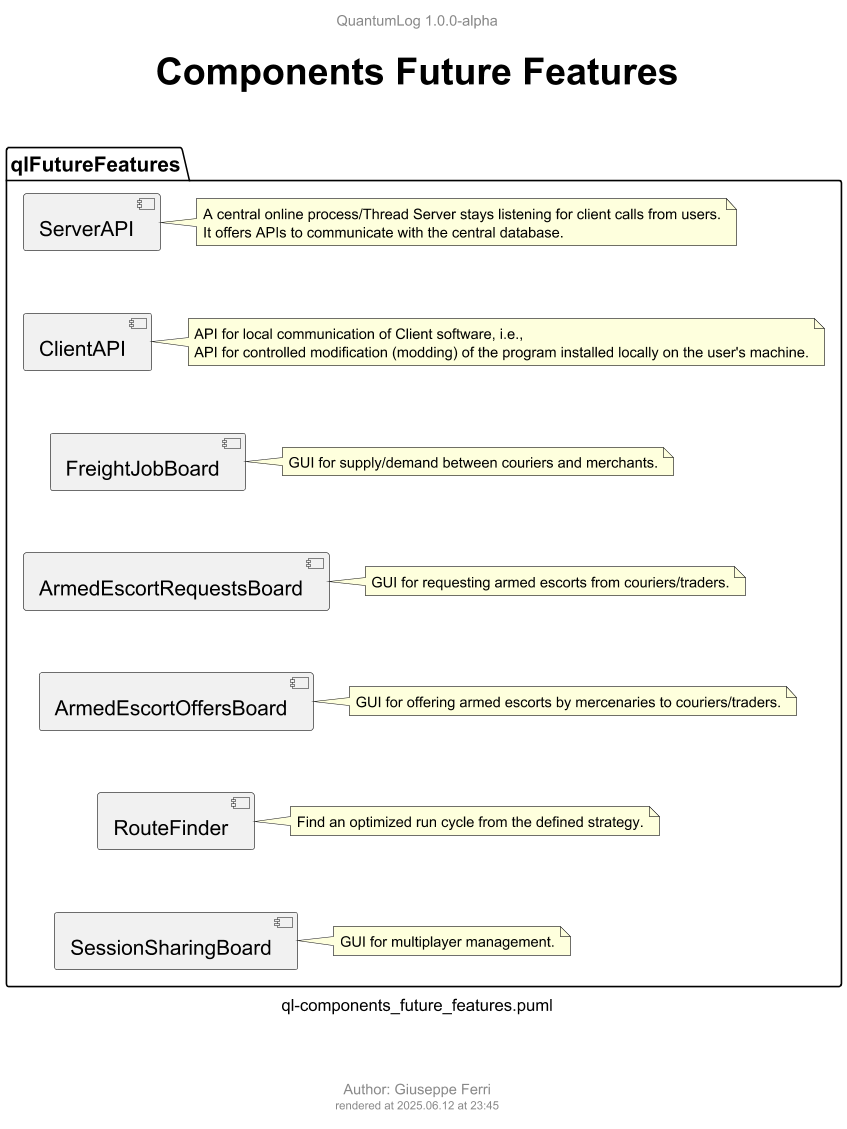
This is out/ql-diagram/ql-components_future_features.png from JoeFerri/QuantumLog, a PlantUML export, as it was before one commit.
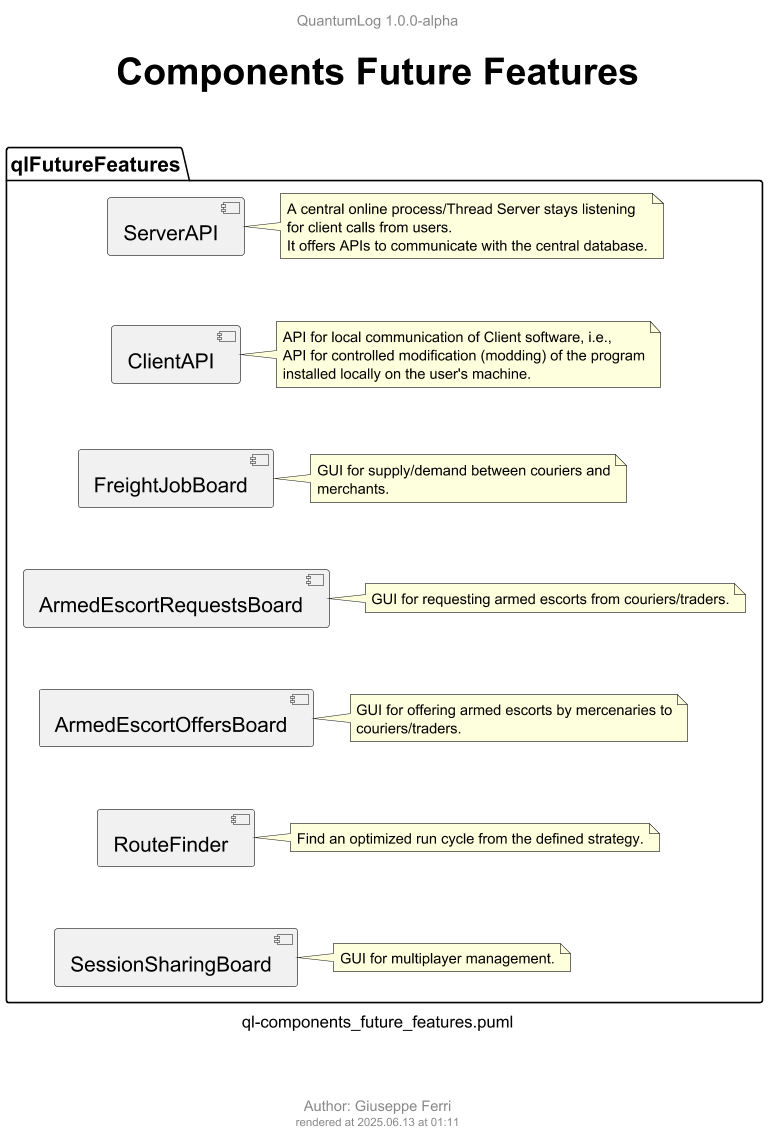
After the commit.

Change to the diagram source:
```diff
@@ -3,7 +3,6 @@
 !$author = "Giuseppe Ferri"
 
 !include templates/ql-template-main.puml
-
 
 
 
@@ -47,12 +46,12 @@
 }
 
 
-ServerAPI -down[hidden]-> ClientAPI
-ClientAPI -down[hidden]-> FreightJobBoard
-FreightJobBoard -down[hidden]-> ArmedEscortRequestsBoard
-ArmedEscortRequestsBoard -down[hidden]-> ArmedEscortOffersBoard
-ArmedEscortOffersBoard -down[hidden]-> RouteFinder
-RouteFinder -down[hidden]-> SessionSharingBoard
+ServerAPI -[hidden]-> ClientAPI
+ClientAPI -[hidden]-> FreightJobBoard
+FreightJobBoard -[hidden]-> ArmedEscortRequestsBoard
+ArmedEscortRequestsBoard -[hidden]-> ArmedEscortOffersBoard
+ArmedEscortOffersBoard -[hidden]-> RouteFinder
+RouteFinder -[hidden]-> SessionSharingBoard
 
 
 @enduml
```
